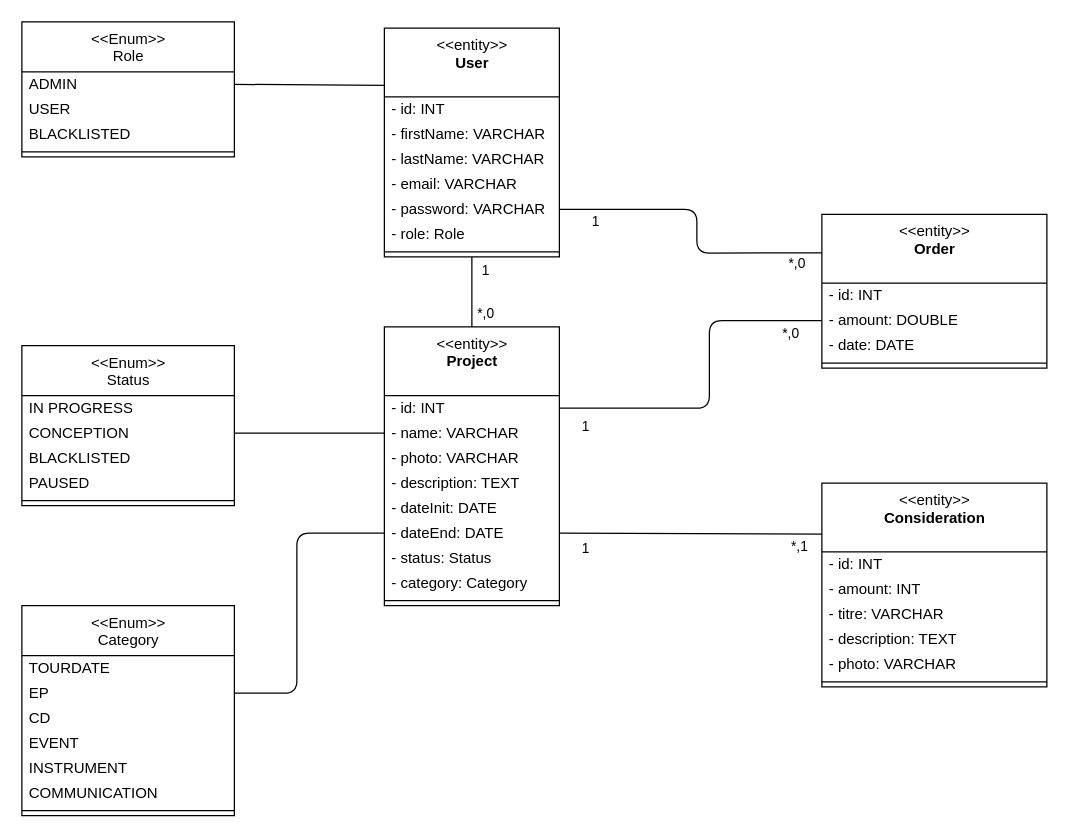
Above: conception/modele-de-donnees.drawio in Roland-Foucher/kiss-luler-back (draw.io), before the change. Source tidied: cells renumbered, new cells numbered last; positions are measured from the earlier drawing's top-left corner, leaving out a move shared by most shapes. Both pictures are drawn from the tidied source at 125%, with x=0, y=0 at pixel (21, 21).
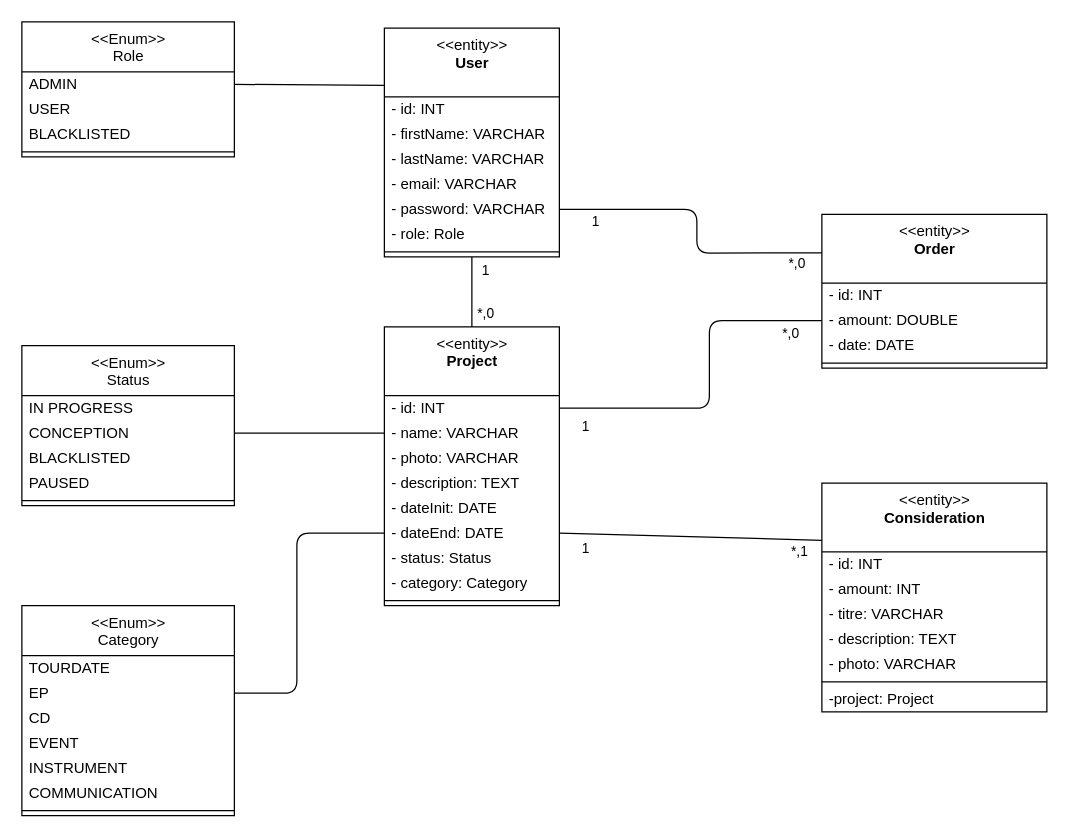
The same diagram, later.

Commit message (it also covers changes not shown here):
15-creer-class-consideration done and update usecase diag

What changed in the source:
```diff
@@
     <mxCell id="43" value="&amp;lt;&amp;lt;entity&amp;gt;&amp;gt;&lt;br&gt;&lt;b&gt;Consideration&lt;/b&gt;" style="swimlane;fontStyle=0;align=center;verticalAlign=top;horizontal=1;startSize=55;html=1;" parent="1" vertex="1">
-      <mxGeometry x="640" y="369" width="180" height="163" as="geometry" />
+      <mxGeometry x="640" y="369" width="180" height="183" as="geometry" />
     </mxCell>
@@
+    <mxCell id="66" value="-project: Project" style="text;html=1;strokeColor=none;fillColor=none;align=left;verticalAlign=middle;spacingLeft=4;spacingRight=4;overflow=hidden;" parent="43" vertex="1">
+      <mxGeometry y="163" width="180" height="20" as="geometry" />
+    </mxCell>
```
